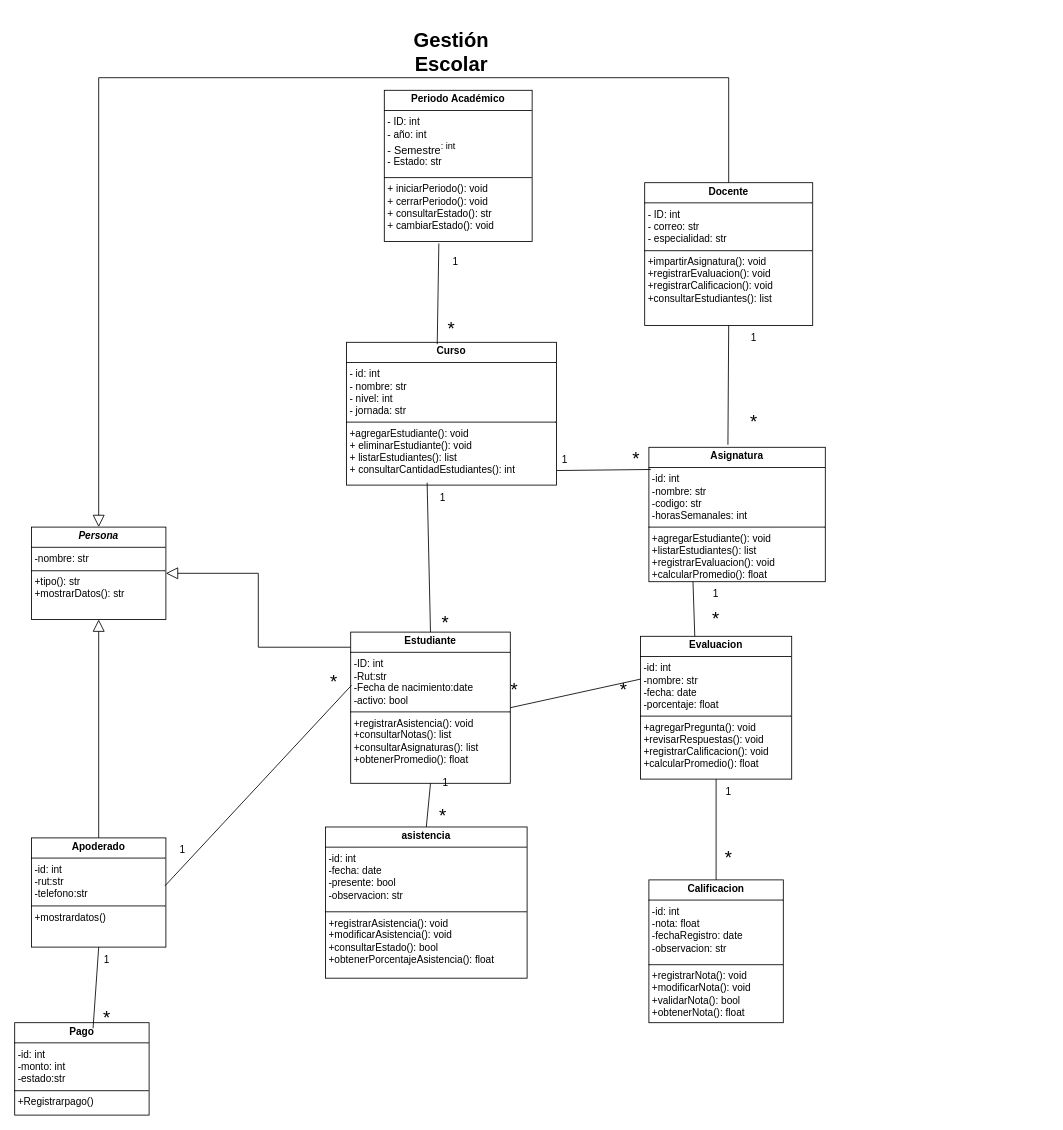
Earlier version of the draw.io diagram ev1poo.drawio (cristopherlagos2004-alt/IEC_N2_C2_POO). Source tidied: cells renumbered, new cells numbered last; positions are measured from the earlier drawing's top-left corner, leaving out a move shared by most shapes. Both pictures are drawn from the tidied source at 84%, with x=0, y=0 at pixel (14, 39).
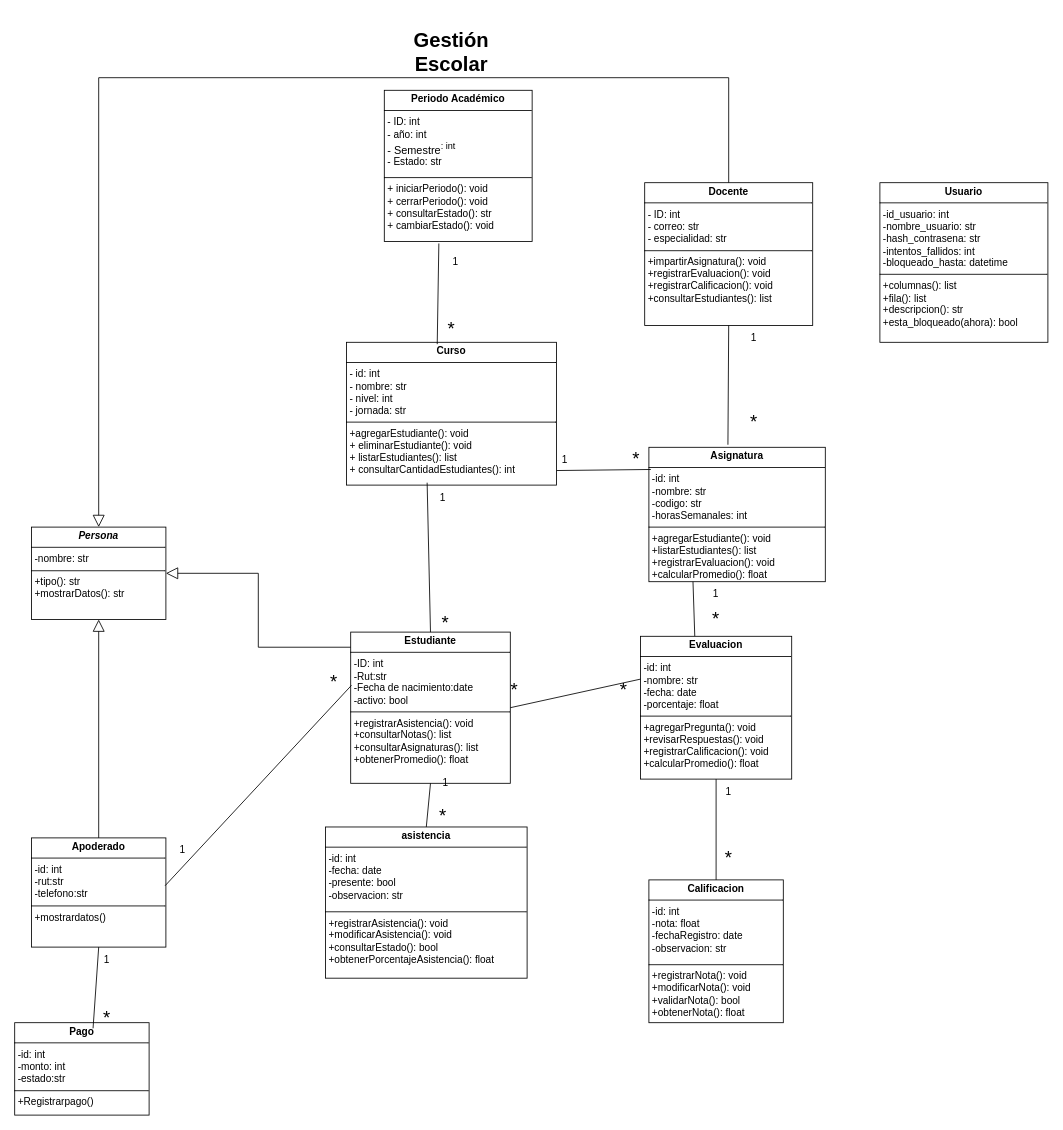
After the change.

Commit message:
ES3 fase 3: clase Usuario en el diagrama de clases

What changed in the source:
```diff
@@
+    <mxCell id="47" value="&lt;p style=&quot;margin:0px;margin-top:4px;text-align:center;&quot;&gt;&lt;b&gt;Usuario&lt;/b&gt;&lt;/p&gt;&lt;hr size=&quot;1&quot; style=&quot;border-style:solid;&quot;&gt;&lt;p style=&quot;margin:0px;margin-left:4px;&quot;&gt;-id_usuario: int&lt;/p&gt;&lt;p style=&quot;margin:0px;margin-left:4px;&quot;&gt;-nombre_usuario: str&lt;/p&gt;&lt;p style=&quot;margin:0px;margin-left:4px;&quot;&gt;-hash_contrasena: str&lt;/p&gt;&lt;p style=&quot;margin:0px;margin-left:4px;&quot;&gt;-intentos_fallidos: int&lt;/p&gt;&lt;p style=&quot;margin:0px;margin-left:4px;&quot;&gt;-bloqueado_hasta: datetime&lt;/p&gt;&lt;hr size=&quot;1&quot; style=&quot;border-style:solid;&quot;&gt;&lt;p style=&quot;margin:0px;margin-left:4px;&quot;&gt;+columnas(): list&lt;/p&gt;&lt;p style=&quot;margin:0px;margin-left:4px;&quot;&gt;+fila(): list&lt;/p&gt;&lt;p style=&quot;margin:0px;margin-left:4px;&quot;&gt;+descripcion(): str&lt;/p&gt;&lt;p style=&quot;margin:0px;margin-left:4px;&quot;&gt;+esta_bloqueado(ahora): bool&lt;/p&gt;" style="verticalAlign=top;align=left;overflow=fill;html=1;whiteSpace=wrap;" parent="1" vertex="1">
+      <mxGeometry x="1030" y="170" width="200" height="190" as="geometry" />
+    </mxCell>
```
